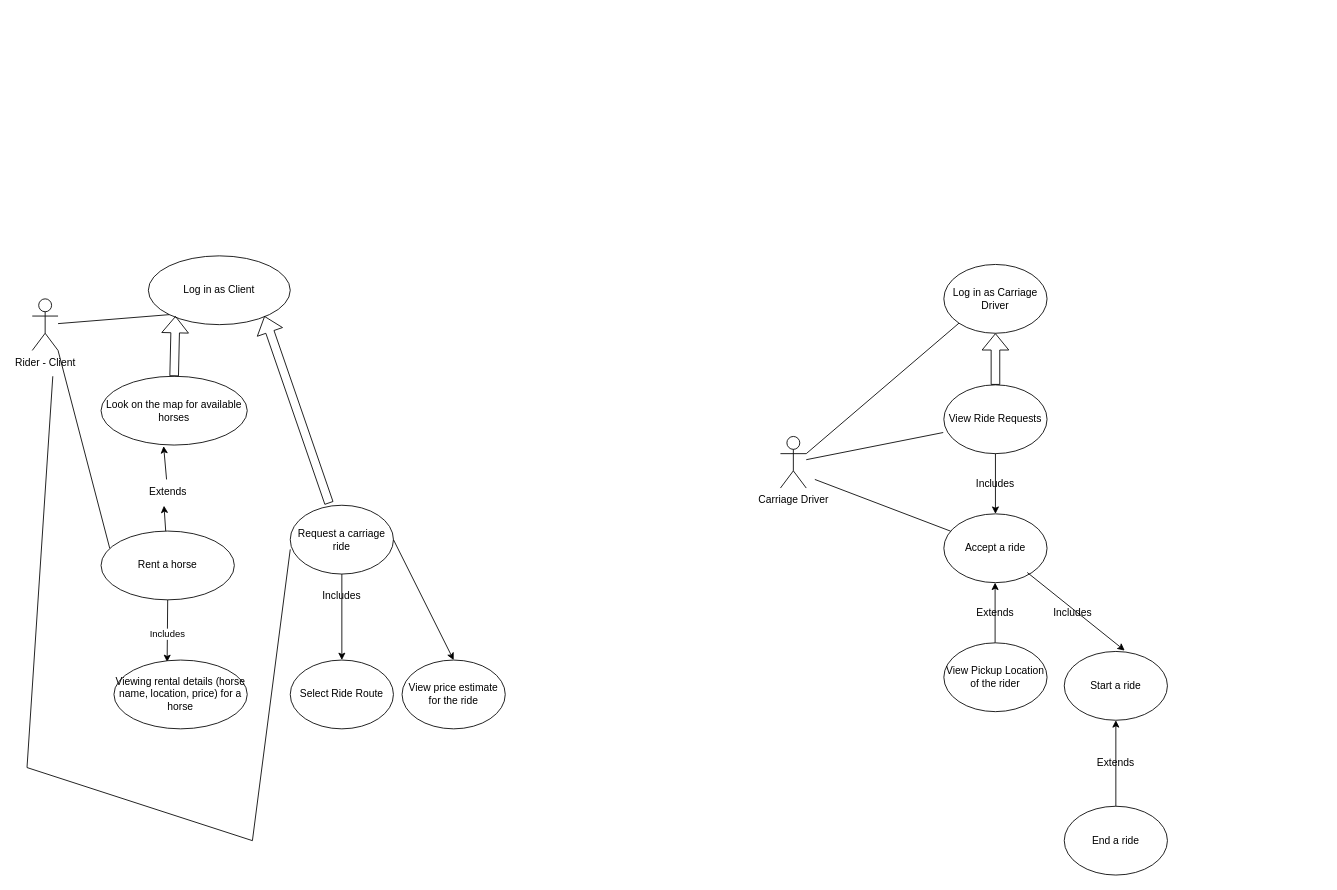
KOTerra/utcn-HorseShare keeps this draw.io diagram as UseCaseDiagram-HorseShare.drawio. Above is the earlier version. Source tidied: cells renumbered, new cells numbered last; positions are measured from the earlier drawing's top-left corner, leaving out a move shared by most shapes. Both pictures are drawn from the tidied source at 86%, with x=0, y=0 at pixel (27, 255).
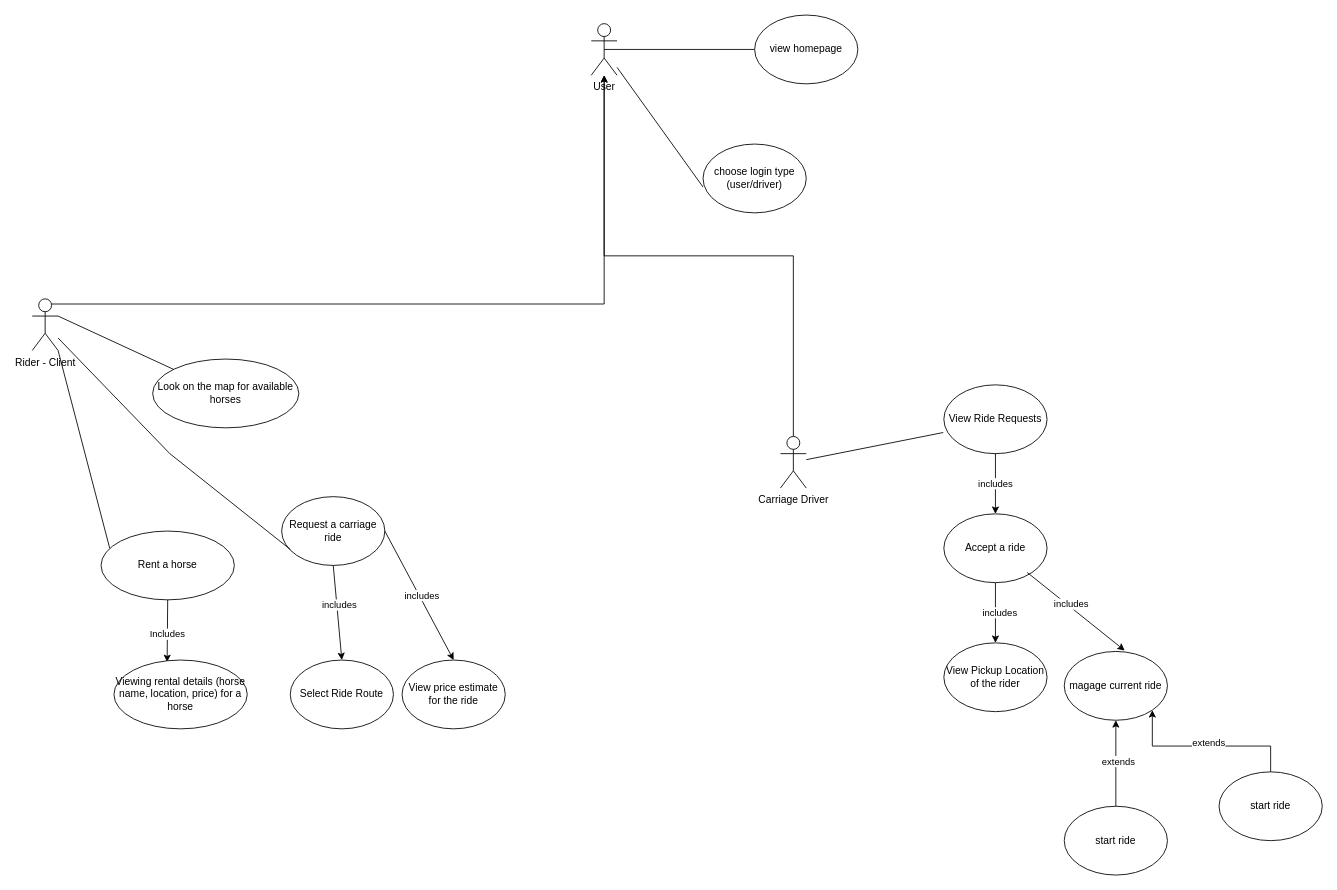
After the change.

The change refers to these unchanged cells:
```xml
<mxCell id="2" value="&lt;div&gt;Rider - Client&lt;/div&gt;&lt;div&gt;&lt;br&gt;&lt;/div&gt;" style="shape=umlActor;verticalLabelPosition=bottom;verticalAlign=top;html=1;outlineConnect=0;" parent="1" vertex="1">
  <mxGeometry x="6" y="50" width="30" height="60" as="geometry" />
</mxCell>
<mxCell id="7" value="Rent a horse" style="ellipse;whiteSpace=wrap;html=1;" parent="1" vertex="1">
  <mxGeometry x="86" y="320" width="155" height="80" as="geometry" />
</mxCell>
<mxCell id="14" style="endArrow=classic;html=1;rounded=0;entryX=0.5;entryY=0;entryDx=0;entryDy=0;exitX=0.5;exitY=1;exitDx=0;exitDy=0;" parent="1" edge="1" source="11" target="12">
  <mxGeometry relative="1" as="geometry" />
</mxCell>
<mxCell id="15" style="endArrow=classic;html=1;rounded=0;exitX=1;exitY=0.5;exitDx=0;exitDy=0;entryX=0.5;entryY=0;entryDx=0;entryDy=0;" parent="1" edge="1" source="11" target="16">
  <mxGeometry relative="1" as="geometry" />
</mxCell>
<mxCell id="17" value="&lt;div&gt;Carriage Driver&lt;/div&gt;&lt;div&gt;&lt;br&gt;&lt;/div&gt;" style="shape=umlActor;verticalLabelPosition=bottom;verticalAlign=top;html=1;outlineConnect=0;" parent="1" vertex="1">
  <mxGeometry x="876" y="210" width="30" height="60" as="geometry" />
</mxCell>
<mxCell id="21" value="View Ride Requests" style="ellipse;whiteSpace=wrap;html=1;" parent="1" vertex="1">
  <mxGeometry x="1066" y="150" width="120" height="80" as="geometry" />
</mxCell>
<mxCell id="22" value="Accept a ride" style="ellipse;whiteSpace=wrap;html=1;" parent="1" vertex="1">
  <mxGeometry x="1066" y="300" width="120" height="80" as="geometry" />
</mxCell>
<mxCell id="35" value="View Pickup Location of the rider" style="ellipse;whiteSpace=wrap;html=1;" parent="1" vertex="1">
  <mxGeometry x="1066" y="450" width="120" height="80" as="geometry" />
</mxCell>
<mxCell id="37" style="endArrow=classic;html=1;rounded=0;entryX=0.586;entryY=-0.013;entryDx=0;entryDy=0;entryPerimeter=0;exitX=0.808;exitY=0.852;exitDx=0;exitDy=0;exitPerimeter=0;" parent="1" edge="1" source="22" target="36">
  <mxGeometry relative="1" as="geometry" />
</mxCell>
<mxCell id="39" style="endArrow=classic;html=1;rounded=0;" parent="1" edge="1" target="36">
  <mxGeometry relative="1" as="geometry">
    <mxPoint x="1266" y="640" as="sourcePoint" />
  </mxGeometry>
</mxCell>
```

Diff of the diagram source:
```diff
@@
+    <mxCell id="42" style="edgeStyle=orthogonalEdgeStyle;rounded=0;jettySize=auto;html=1;exitX=0.75;exitY=0.1;exitDx=0;exitDy=0;exitPerimeter=0;" parent="1" edge="1" source="2" target="50">
+      <mxGeometry relative="1" as="geometry" />
+    </mxCell>
@@
-    <mxCell id="3" value="Log in as Client" style="ellipse;whiteSpace=wrap;html=1;" parent="1" vertex="1">
-      <mxGeometry x="141" width="165" height="80" as="geometry" />
-    </mxCell>
     <mxCell id="4" value="Look on the map for available horses" style="ellipse;whiteSpace=wrap;html=1;" parent="1" vertex="1">
-      <mxGeometry x="86" y="140" width="170" height="80" as="geometry" />
+      <mxGeometry x="146" y="120" width="170" height="80" as="geometry" />
     </mxCell>
-    <mxCell id="5" style="endArrow=none;html=1;rounded=0;entryX=0;entryY=1;entryDx=0;entryDy=0;" parent="1" edge="1" source="2" target="3">
-      <mxGeometry relative="1" as="geometry" />
-    </mxCell>
-    <mxCell id="6" style="endArrow=classic;html=1;rounded=0;entryX=0.428;entryY=1.016;entryDx=0;entryDy=0;entryPerimeter=0;" parent="1" edge="1" source="19" target="4">
-      <mxGeometry relative="1" as="geometry" />
-    </mxCell>
@@
     <mxCell id="11" value="Request a carriage ride" style="ellipse;whiteSpace=wrap;html=1;" parent="1" vertex="1">
-      <mxGeometry x="306" y="290" width="120" height="80" as="geometry" />
+      <mxGeometry x="296" y="280" width="120" height="80" as="geometry" />
     </mxCell>
@@
-    <mxCell id="13" value="Includes" style="text;html=1;whiteSpace=wrap;strokeColor=none;fillColor=none;align=center;verticalAlign=middle;rounded=0;" parent="1" vertex="1">
-      <mxGeometry x="321" y="370" width="90" height="50" as="geometry" />
-    </mxCell>
@@
+    <mxCell id="43" value="includes" style="edgeLabel;html=1;align=center;verticalAlign=middle;" parent="14" vertex="1">
+      <mxGeometry x="-0.16" y="2" relative="1" as="geometry" />
+    </mxCell>
@@
+    <mxCell id="44" value="includes" style="edgeLabel;html=1;align=center;verticalAlign=middle;" parent="15" vertex="1">
+      <mxGeometry x="0.01" y="2" relative="1" as="geometry" />
+    </mxCell>
@@
+    <mxCell id="45" style="edgeStyle=orthogonalEdgeStyle;rounded=0;jettySize=auto;html=1;exitX=0.5;exitY=0;exitDx=0;exitDy=0;exitPerimeter=0;" parent="1" edge="1" source="17" target="50">
+      <mxGeometry relative="1" as="geometry" />
+    </mxCell>
@@
-    <mxCell id="18" style="endArrow=classic;html=1;rounded=0;entryX=0.428;entryY=1.016;entryDx=0;entryDy=0;entryPerimeter=0;" parent="1" edge="1" source="7" target="19">
-      <mxGeometry relative="1" as="geometry" />
-    </mxCell>
-    <mxCell id="19" value="Extends" style="text;html=1;whiteSpace=wrap;strokeColor=none;fillColor=none;align=center;verticalAlign=middle;rounded=0;" parent="1" vertex="1">
-      <mxGeometry x="133.5" y="260" width="60" height="30" as="geometry" />
-    </mxCell>
-    <mxCell id="20" value="Log in as Carriage Driver" style="ellipse;whiteSpace=wrap;html=1;" parent="1" vertex="1">
-      <mxGeometry x="1066" y="10" width="120" height="80" as="geometry" />
-    </mxCell>
@@
+    <mxCell id="46" style="edgeStyle=orthogonalEdgeStyle;rounded=0;jettySize=auto;html=1;exitX=0.5;exitY=1;exitDx=0;exitDy=0;entryX=0.5;entryY=0;entryDx=0;entryDy=0;" parent="1" edge="1" source="22" target="35">
+      <mxGeometry relative="1" as="geometry" />
+    </mxCell>
+    <mxCell id="47" value="includes" style="edgeLabel;html=1;align=center;verticalAlign=middle;" parent="46" vertex="1">
+      <mxGeometry x="-0.03" y="4" relative="1" as="geometry" />
+    </mxCell>
@@
-    <mxCell id="23" style="endArrow=classic;html=1;rounded=0;entryX=0.5;entryY=0;entryDx=0;entryDy=0;exitX=0.5;exitY=1;exitDx=0;exitDy=0;" parent="1" edge="1" source="21" target="22">
+    <mxCell id="23" value="includes" style="endArrow=classic;html=1;rounded=0;entryX=0.5;entryY=0;entryDx=0;entryDy=0;exitX=0.5;exitY=1;exitDx=0;exitDy=0;" parent="1" edge="1" source="21" target="22">
       <mxGeometry relative="1" as="geometry" />
     </mxCell>
@@
-    <mxCell id="25" style="endArrow=none;html=1;rounded=0;entryX=0;entryY=1;entryDx=0;entryDy=0;exitX=1;exitY=0.3333333333333333;exitDx=0;exitDy=0;exitPerimeter=0;" parent="1" edge="1" source="17" target="20">
-      <mxGeometry relative="1" as="geometry" />
-    </mxCell>
-    <mxCell id="26" style="endArrow=none;html=1;rounded=0;" parent="1" edge="1" target="22">
-      <mxGeometry relative="1" as="geometry">
-        <mxPoint x="916" y="260" as="sourcePoint" />
-      </mxGeometry>
-    </mxCell>
-    <mxCell id="27" style="shape=flexArrow;endArrow=classic;html=1;rounded=0;exitX=0.5;exitY=0;exitDx=0;exitDy=0;" parent="1" edge="1" source="21">
-      <mxGeometry relative="1" as="geometry">
-        <mxPoint x="1126" y="90" as="targetPoint" />
-      </mxGeometry>
-    </mxCell>
-    <mxCell id="28" style="shape=flexArrow;endArrow=classic;html=1;rounded=0;exitX=0.5;exitY=0;exitDx=0;exitDy=0;" parent="1" edge="1" source="4">
-      <mxGeometry relative="1" as="geometry">
-        <mxPoint x="172.6" y="70" as="targetPoint" />
-      </mxGeometry>
-    </mxCell>
-    <mxCell id="29" style="shape=flexArrow;endArrow=classic;html=1;rounded=0;entryX=0.739;entryY=0.009;entryDx=0;entryDy=0;entryPerimeter=0;exitX=0.376;exitY=-0.028;exitDx=0;exitDy=0;exitPerimeter=0;" parent="1" edge="1" source="11">
-      <mxGeometry relative="1" as="geometry">
-        <mxPoint x="276" y="70" as="targetPoint" />
-      </mxGeometry>
-    </mxCell>
-    <mxCell id="30" style="endArrow=none;html=1;rounded=0;entryX=0.033;entryY=0.266;entryDx=0;entryDy=0;entryPerimeter=0;" parent="1" edge="1">
+    <mxCell id="30" style="endArrow=none;html=1;rounded=0;entryX=0.033;entryY=0.266;entryDx=0;entryDy=0;entryPerimeter=0;" parent="1" edge="1" source="2">
       <mxGeometry relative="1" as="geometry">
-        <mxPoint x="29.9" y="140" as="sourcePoint" />
         <mxPoint x="306" y="341.3" as="targetPoint" />
         <Array as="points">
-          <mxPoint x="-0.1" y="595" />
-          <mxPoint x="262" y="680" />
+          <mxPoint x="166" y="230" />
         </Array>
       </mxGeometry>
     </mxCell>
@@
-    <mxCell id="32" value="Includes" style="text;html=1;whiteSpace=wrap;strokeColor=none;fillColor=none;align=center;verticalAlign=middle;rounded=0;" parent="1" vertex="1">
-      <mxGeometry x="1096" y="250" width="60" height="30" as="geometry" />
-    </mxCell>
-    <mxCell id="33" style="endArrow=classic;html=1;rounded=0;" parent="1" edge="1">
-      <mxGeometry relative="1" as="geometry">
-        <mxPoint x="1125.6" y="470" as="sourcePoint" />
-        <mxPoint x="1125.6" y="380" as="targetPoint" />
-      </mxGeometry>
-    </mxCell>
-    <mxCell id="34" value="Extends" style="text;html=1;whiteSpace=wrap;strokeColor=none;fillColor=none;align=center;verticalAlign=middle;rounded=0;" parent="1" vertex="1">
-      <mxGeometry x="1096" y="400" width="60" height="30" as="geometry" />
-    </mxCell>
@@
-    <mxCell id="36" value="Start a ride" style="ellipse;whiteSpace=wrap;html=1;" parent="1" vertex="1">
+    <mxCell id="36" value="magage current ride" style="ellipse;whiteSpace=wrap;html=1;" parent="1" vertex="1">
       <mxGeometry x="1206" y="460" width="120" height="80" as="geometry" />
     </mxCell>
@@
-    <mxCell id="38" value="Includes" style="text;html=1;whiteSpace=wrap;strokeColor=none;fillColor=none;align=center;verticalAlign=middle;rounded=0;" parent="1" vertex="1">
-      <mxGeometry x="1186" y="400" width="60" height="30" as="geometry" />
-    </mxCell>
+    <mxCell id="48" value="includes" style="edgeLabel;html=1;align=center;verticalAlign=middle;" parent="37" vertex="1">
+      <mxGeometry x="-0.15" y="3" relative="1" as="geometry" />
+    </mxCell>
@@
+    <mxCell id="49" value="extends" style="edgeLabel;html=1;align=center;verticalAlign=middle;" parent="39" vertex="1">
+      <mxGeometry x="0.06" y="-2" relative="1" as="geometry" />
+    </mxCell>
-    <mxCell id="40" value="End a ride" style="ellipse;whiteSpace=wrap;html=1;" parent="1" vertex="1">
+    <mxCell id="40" value="start ride" style="ellipse;whiteSpace=wrap;html=1;" parent="1" vertex="1">
       <mxGeometry x="1206" y="640" width="120" height="80" as="geometry" />
     </mxCell>
-    <mxCell id="41" value="Extends" style="text;html=1;whiteSpace=wrap;strokeColor=none;fillColor=none;align=center;verticalAlign=middle;rounded=0;" parent="1" vertex="1">
-      <mxGeometry x="1236" y="570" width="60" height="40" as="geometry" />
-    </mxCell>
+    <mxCell id="50" value="User&lt;div&gt;&lt;br&gt;&lt;/div&gt;" style="shape=umlActor;verticalLabelPosition=bottom;verticalAlign=top;html=1;outlineConnect=0;" parent="1" vertex="1">
+      <mxGeometry x="656" y="-270" width="30" height="60" as="geometry" />
+    </mxCell>
+    <mxCell id="51" style="endArrow=none;html=1;rounded=0;exitX=1;exitY=0.3333333333333333;exitDx=0;exitDy=0;exitPerimeter=0;" parent="1" edge="1" source="2" target="4">
+      <mxGeometry relative="1" as="geometry" />
+    </mxCell>
+    <mxCell id="52" style="endArrow=none;html=1;rounded=0;entryX=0.5;entryY=0.5;entryDx=0;entryDy=0;entryPerimeter=0;exitX=0;exitY=0.5;exitDx=0;exitDy=0;" parent="1" edge="1" source="53" target="50">
+      <mxGeometry relative="1" as="geometry" />
+    </mxCell>
+    <mxCell id="53" value="view homepage" style="ellipse;whiteSpace=wrap;html=1;" parent="1" vertex="1">
+      <mxGeometry x="846" y="-280" width="120" height="80" as="geometry" />
+    </mxCell>
+    <mxCell id="54" style="endArrow=none;html=1;rounded=0;" parent="1" edge="1" target="50">
+      <mxGeometry relative="1" as="geometry">
+        <mxPoint x="786" y="-80" as="sourcePoint" />
+      </mxGeometry>
+    </mxCell>
+    <mxCell id="55" value="choose login type&lt;div&gt;(user/driver)&lt;/div&gt;" style="ellipse;whiteSpace=wrap;html=1;" parent="1" vertex="1">
+      <mxGeometry x="786" y="-130" width="120" height="80" as="geometry" />
+    </mxCell>
+    <mxCell id="56" style="edgeStyle=orthogonalEdgeStyle;rounded=0;jettySize=auto;html=1;exitX=0.5;exitY=0;exitDx=0;exitDy=0;entryX=1;entryY=1;entryDx=0;entryDy=0;" parent="1" edge="1" source="58" target="36">
+      <mxGeometry relative="1" as="geometry" />
+    </mxCell>
+    <mxCell id="57" value="extends" style="edgeLabel;html=1;align=center;verticalAlign=middle;" parent="56" vertex="1">
+      <mxGeometry x="-0.02" y="-4" relative="1" as="geometry" />
+    </mxCell>
+    <mxCell id="58" value="start ride" style="ellipse;whiteSpace=wrap;html=1;" parent="1" vertex="1">
+      <mxGeometry x="1386" y="600" width="120" height="80" as="geometry" />
+    </mxCell>
```
